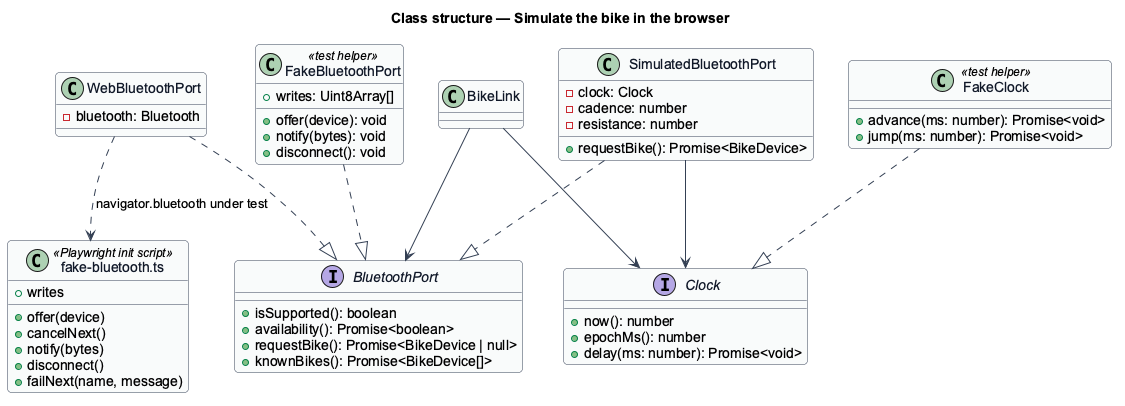
QuinntyneBrown/ride-one keeps this PlantUML diagram as docs/detailed-designs/browser-edition/simulate-bike-in-browser/diagrams/class-structure.png. Above is the earlier version.
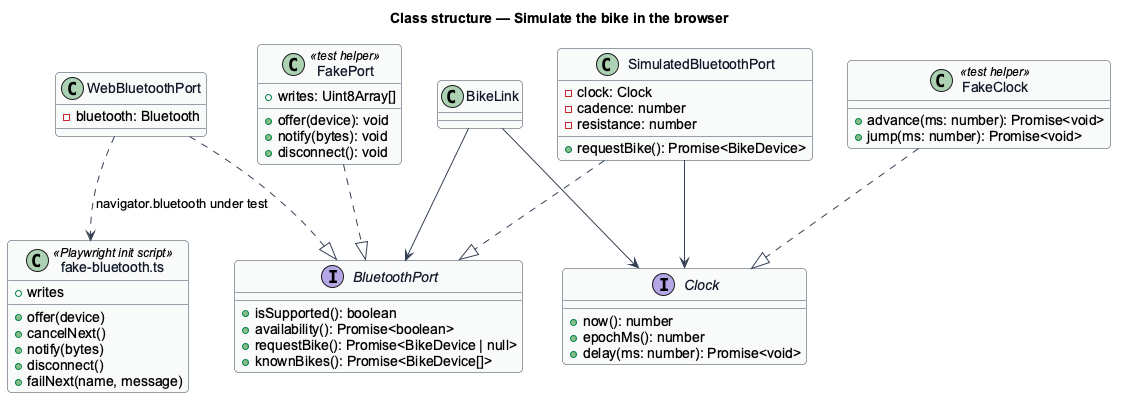
The same diagram one commit later.

What changed in the source:
```diff
@@ -26,7 +26,7 @@
   -resistance: number
   +requestBike(): Promise<BikeDevice>
 }
-class FakeBluetoothPort <<test helper>> {
+class FakePort <<test helper>> {
   +offer(device): void
   +notify(bytes): void
   +disconnect(): void
@@ -53,7 +53,7 @@
 
 WebBluetoothPort ..|> BluetoothPort
 SimulatedBluetoothPort ..|> BluetoothPort
-FakeBluetoothPort ..|> BluetoothPort
+FakePort ..|> BluetoothPort
 FakeClock ..|> Clock
 SimulatedBluetoothPort --> Clock
 BikeLink --> BluetoothPort
```
